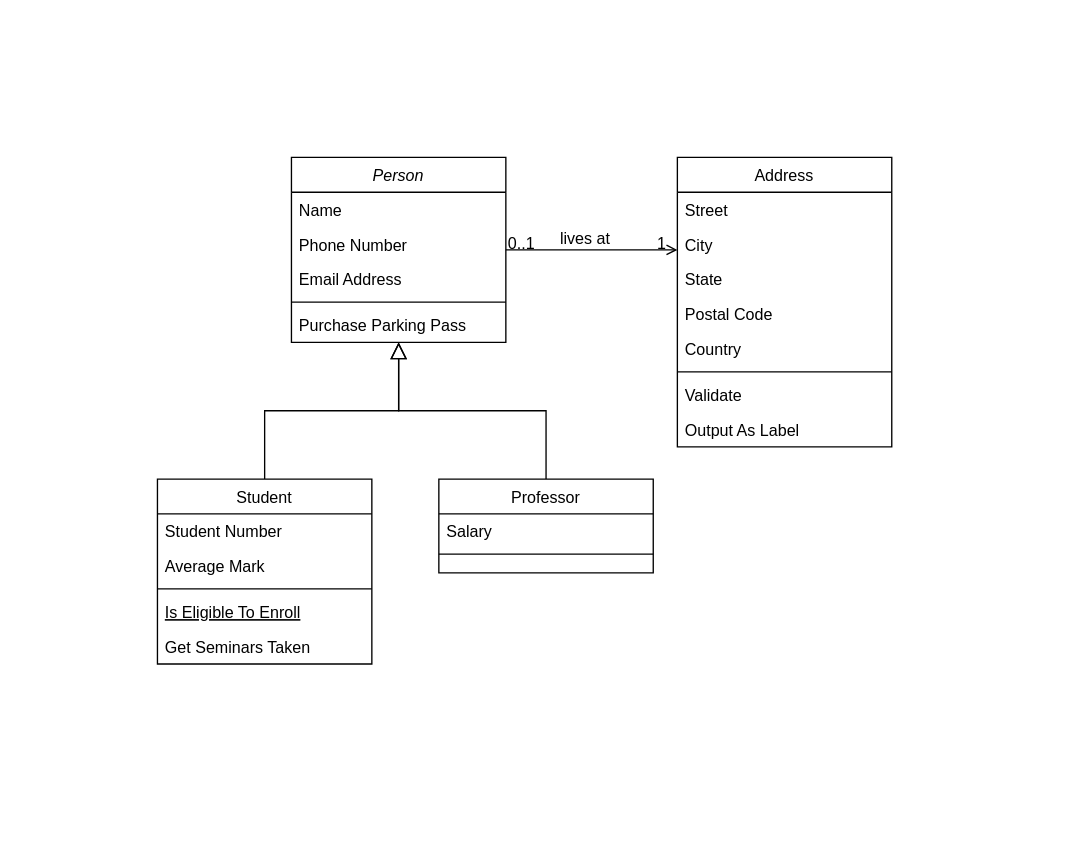
Above: Untitled Diagram.drawio in AndrewXXie/AndrewXXie (draw.io), before the change. Source tidied: cells renumbered, new cells numbered last; positions are measured from the earlier drawing's top-left corner, leaving out a move shared by most shapes. Both pictures are drawn from the tidied source at 134%, with x=0, y=0 at pixel (157, 157).
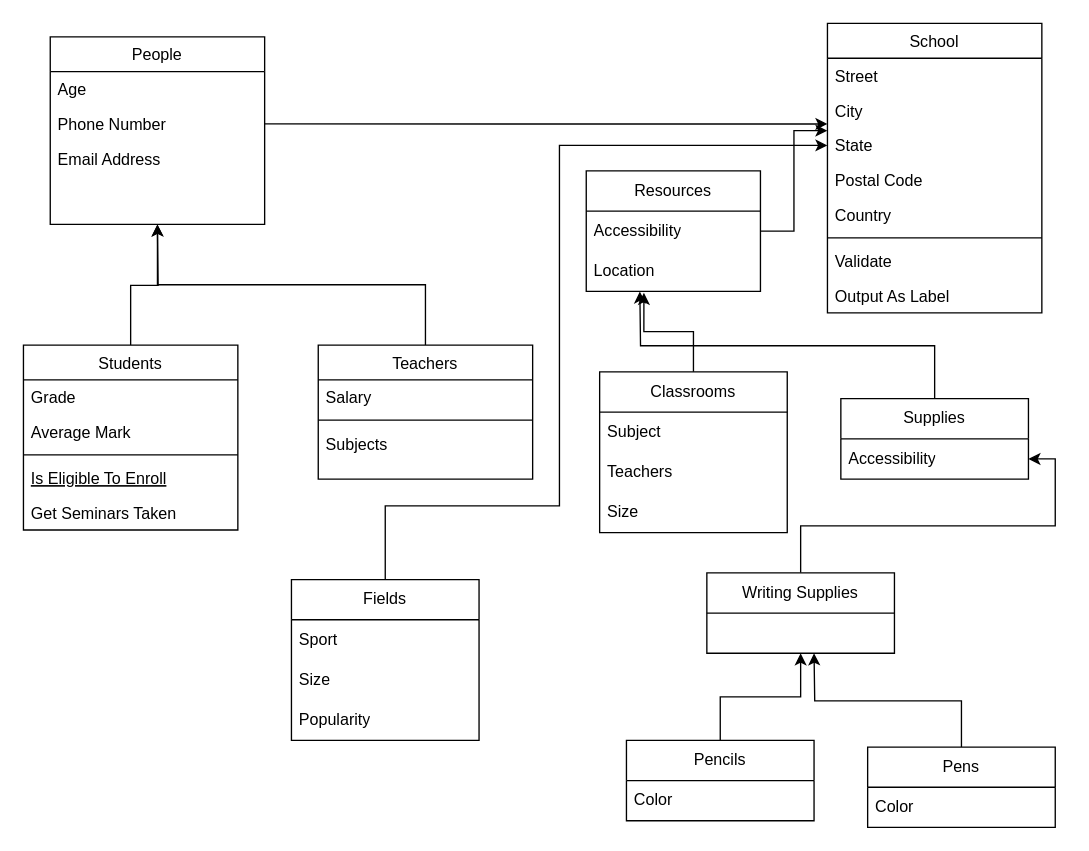
Above is the later version.

Commit message:
UML Diagram (school)

The change refers to these unchanged cells:
```xml
<mxCell id="4" value="Phone Number" style="text;align=left;verticalAlign=top;spacingLeft=4;spacingRight=4;overflow=hidden;points=[[0,0.5],[1,0.5]];portConstraint=eastwest;rounded=0;shadow=0;html=0;" parent="2" vertex="1">
  <mxGeometry y="52" width="160" height="26" as="geometry" />
</mxCell>
<mxCell id="21" value="City" style="text;align=left;verticalAlign=top;spacingLeft=4;spacingRight=4;overflow=hidden;points=[[0,0.5],[1,0.5]];portConstraint=eastwest;rounded=0;shadow=0;html=0;" parent="19" vertex="1">
  <mxGeometry y="52" width="160" height="26" as="geometry" />
</mxCell>
<mxCell id="22" value="State" style="text;align=left;verticalAlign=top;spacingLeft=4;spacingRight=4;overflow=hidden;points=[[0,0.5],[1,0.5]];portConstraint=eastwest;rounded=0;shadow=0;html=0;" parent="19" vertex="1">
  <mxGeometry y="78" width="160" height="26" as="geometry" />
</mxCell>
```

Diff of the diagram source:
```diff
@@
-    <mxCell id="2" value="Person" style="swimlane;fontStyle=2;align=center;verticalAlign=top;horizontal=1;startSize=26;rounded=0;shadow=0;strokeWidth=1;" parent="1" vertex="1">
-      <mxGeometry x="100" width="160" height="138" as="geometry" />
+    <mxCell id="2" value="People" style="swimlane;fontStyle=0;align=center;verticalAlign=top;horizontal=1;startSize=26;rounded=0;shadow=0;strokeWidth=1;" parent="1" vertex="1">
+      <mxGeometry x="-80" y="-90" width="160" height="140" as="geometry" />
     </mxCell>
-    <mxCell id="3" value="Name" style="text;align=left;verticalAlign=top;spacingLeft=4;spacingRight=4;overflow=hidden;" parent="2" vertex="1">
+    <mxCell id="3" value="Age" style="text;align=left;verticalAlign=top;spacingLeft=4;spacingRight=4;overflow=hidden;" parent="2" vertex="1">
       <mxGeometry y="26" width="160" height="26" as="geometry" />
     </mxCell>
@@
-    <mxCell id="6" style="line;html=1;strokeWidth=1;align=left;verticalAlign=middle;spacingTop=-1;spacingLeft=3;spacingRight=3;labelPosition=right;" parent="2" vertex="1">
-      <mxGeometry y="104" width="160" height="8" as="geometry" />
-    </mxCell>
-    <mxCell id="7" value="Purchase Parking Pass" style="text;align=left;verticalAlign=top;spacingLeft=4;spacingRight=4;overflow=hidden;" parent="2" vertex="1">
-      <mxGeometry y="112" width="160" height="26" as="geometry" />
-    </mxCell>
+    <mxCell id="32" style="edgeStyle=orthogonalEdgeStyle;rounded=0;jettySize=auto;html=1;exitX=0.5;exitY=0;exitDx=0;exitDy=0;" parent="1" edge="1" source="8">
+      <mxGeometry relative="1" as="geometry">
+        <mxPoint y="50" as="targetPoint" />
+      </mxGeometry>
+    </mxCell>
-    <mxCell id="8" value="Student" style="swimlane;fontStyle=0;align=center;verticalAlign=top;horizontal=1;startSize=26;rounded=0;shadow=0;strokeWidth=1;" parent="1" vertex="1">
-      <mxGeometry y="240" width="160" height="138" as="geometry" />
+    <mxCell id="8" value="Students" style="swimlane;fontStyle=0;align=center;verticalAlign=top;horizontal=1;startSize=26;rounded=0;shadow=0;strokeWidth=1;" parent="1" vertex="1">
+      <mxGeometry x="-100" y="140" width="160" height="138" as="geometry" />
     </mxCell>
-    <mxCell id="9" value="Student Number" style="text;align=left;verticalAlign=top;spacingLeft=4;spacingRight=4;overflow=hidden;" parent="8" vertex="1">
+    <mxCell id="9" value="Grade" style="text;align=left;verticalAlign=top;spacingLeft=4;spacingRight=4;overflow=hidden;" parent="8" vertex="1">
       <mxGeometry y="26" width="160" height="26" as="geometry" />
     </mxCell>
@@
-    <mxCell id="14" style="endArrow=block;endSize=10;endFill=0;shadow=0;strokeWidth=1;rounded=0;curved=0;edgeStyle=elbowEdgeStyle;elbow=vertical;" parent="1" edge="1" source="8" target="2">
-      <mxGeometry relative="1" as="geometry" />
-    </mxCell>
+    <mxCell id="18" style="edgeStyle=orthogonalEdgeStyle;rounded=0;jettySize=auto;html=1;exitX=0.5;exitY=0;exitDx=0;exitDy=0;entryX=0.5;entryY=1;entryDx=0;entryDy=0;" parent="1" edge="1" source="15" target="2">
+      <mxGeometry relative="1" as="geometry" />
+    </mxCell>
-    <mxCell id="15" value="Professor" style="swimlane;fontStyle=0;align=center;verticalAlign=top;horizontal=1;startSize=26;rounded=0;shadow=0;strokeWidth=1;" parent="1" vertex="1">
-      <mxGeometry x="210" y="240" width="160" height="70" as="geometry" />
+    <mxCell id="15" value="Teachers" style="swimlane;fontStyle=0;align=center;verticalAlign=top;horizontal=1;startSize=26;rounded=0;shadow=0;strokeWidth=1;" parent="1" vertex="1">
+      <mxGeometry x="120" y="140" width="160" height="100" as="geometry" />
     </mxCell>
@@
-    <mxCell id="18" style="endArrow=block;endSize=10;endFill=0;shadow=0;strokeWidth=1;rounded=0;curved=0;edgeStyle=elbowEdgeStyle;elbow=vertical;" parent="1" edge="1" source="15" target="2">
-      <mxGeometry relative="1" as="geometry" />
-    </mxCell>
+    <mxCell id="33" value="Subjects" style="text;strokeColor=none;fillColor=none;align=left;verticalAlign=middle;spacingLeft=4;spacingRight=4;overflow=hidden;whiteSpace=wrap;html=1;" parent="15" vertex="1">
+      <mxGeometry y="60" width="160" height="30" as="geometry" />
+    </mxCell>
-    <mxCell id="19" value="Address" style="swimlane;fontStyle=0;align=center;verticalAlign=top;horizontal=1;startSize=26;rounded=0;shadow=0;strokeWidth=1;" parent="1" vertex="1">
-      <mxGeometry x="388" width="160" height="216" as="geometry" />
+    <mxCell id="19" value="School" style="swimlane;fontStyle=0;align=center;verticalAlign=top;horizontal=1;startSize=26;rounded=0;shadow=0;strokeWidth=1;" parent="1" vertex="1">
+      <mxGeometry x="500" y="-100" width="160" height="216" as="geometry" />
     </mxCell>
@@
-    <mxCell id="28" style="endArrow=open;shadow=0;strokeWidth=1;rounded=0;curved=0;endFill=1;edgeStyle=elbowEdgeStyle;elbow=vertical;" parent="1" edge="1" source="2" target="19">
-      <mxGeometry x="0.5" y="41" relative="1" as="geometry">
-        <mxPoint x="-40" y="32" as="offset" />
-      </mxGeometry>
-    </mxCell>
-    <mxCell id="29" value="0..1" style="align=left;verticalAlign=bottom;labelBackgroundColor=none;fontSize=12;" parent="28" vertex="1">
-      <mxGeometry x="-1" relative="1" as="geometry">
-        <mxPoint y="4" as="offset" />
-      </mxGeometry>
-    </mxCell>
-    <mxCell id="30" value="1" style="align=right;verticalAlign=bottom;labelBackgroundColor=none;fontSize=12;" parent="28" vertex="1">
-      <mxGeometry x="1" relative="1" as="geometry">
-        <mxPoint x="-7" y="4" as="offset" />
-      </mxGeometry>
-    </mxCell>
-    <mxCell id="31" value="lives at" style="text;html=1;align=center;verticalAlign=middle;labelBackgroundColor=none;rounded=0;shadow=0;strokeWidth=1;fontSize=12;" parent="28" vertex="1">
-      <mxGeometry x="0.5" y="49" relative="1" as="geometry">
-        <mxPoint x="-38" y="40" as="offset" />
-      </mxGeometry>
-    </mxCell>
+    <mxCell id="34" style="edgeStyle=orthogonalEdgeStyle;rounded=0;jettySize=auto;html=1;exitX=1;exitY=0.5;exitDx=0;exitDy=0;entryX=0;entryY=0.885;entryDx=0;entryDy=0;entryPerimeter=0;" parent="1" edge="1" source="4" target="21">
+      <mxGeometry relative="1" as="geometry" />
+    </mxCell>
+    <mxCell id="35" value="Resources" style="swimlane;fontStyle=0;horizontal=1;startSize=30;whiteSpace=wrap;html=1;" parent="1" vertex="1">
+      <mxGeometry x="320" y="10" width="130" height="90" as="geometry" />
+    </mxCell>
+    <mxCell id="36" value="Accessibility" style="text;strokeColor=none;fillColor=none;align=left;verticalAlign=middle;spacingLeft=4;spacingRight=4;overflow=hidden;points=[[0,0.5],[1,0.5]];portConstraint=eastwest;whiteSpace=wrap;html=1;" parent="35" vertex="1">
+      <mxGeometry y="30" width="130" height="30" as="geometry" />
+    </mxCell>
+    <mxCell id="37" value="Location" style="text;strokeColor=none;fillColor=none;align=left;verticalAlign=middle;spacingLeft=4;spacingRight=4;overflow=hidden;points=[[0,0.5],[1,0.5]];portConstraint=eastwest;whiteSpace=wrap;html=1;" parent="35" vertex="1">
+      <mxGeometry y="60" width="130" height="30" as="geometry" />
+    </mxCell>
+    <mxCell id="38" style="edgeStyle=orthogonalEdgeStyle;rounded=0;jettySize=auto;html=1;exitX=1;exitY=0.5;exitDx=0;exitDy=0;entryX=0;entryY=0.077;entryDx=0;entryDy=0;entryPerimeter=0;" parent="1" edge="1" source="36" target="22">
+      <mxGeometry relative="1" as="geometry" />
+    </mxCell>
+    <mxCell id="39" value="Classrooms" style="swimlane;fontStyle=0;horizontal=1;startSize=30;whiteSpace=wrap;html=1;" parent="1" vertex="1">
+      <mxGeometry x="330" y="160" width="140" height="120" as="geometry" />
+    </mxCell>
+    <mxCell id="40" value="Subject" style="text;strokeColor=none;fillColor=none;align=left;verticalAlign=middle;spacingLeft=4;spacingRight=4;overflow=hidden;whiteSpace=wrap;html=1;" parent="39" vertex="1">
+      <mxGeometry y="30" width="140" height="30" as="geometry" />
+    </mxCell>
+    <mxCell id="41" value="Teachers" style="text;strokeColor=none;fillColor=none;align=left;verticalAlign=middle;spacingLeft=4;spacingRight=4;overflow=hidden;whiteSpace=wrap;html=1;" parent="39" vertex="1">
+      <mxGeometry y="60" width="140" height="30" as="geometry" />
+    </mxCell>
+    <mxCell id="42" value="Size" style="text;strokeColor=none;fillColor=none;align=left;verticalAlign=middle;spacingLeft=4;spacingRight=4;overflow=hidden;whiteSpace=wrap;html=1;" parent="39" vertex="1">
+      <mxGeometry y="90" width="140" height="30" as="geometry" />
+    </mxCell>
+    <mxCell id="43" style="edgeStyle=orthogonalEdgeStyle;rounded=0;jettySize=auto;html=1;exitX=0.5;exitY=0;exitDx=0;exitDy=0;entryX=0.331;entryY=1.033;entryDx=0;entryDy=0;entryPerimeter=0;" parent="1" edge="1" source="39" target="37">
+      <mxGeometry relative="1" as="geometry" />
+    </mxCell>
+    <mxCell id="44" style="edgeStyle=orthogonalEdgeStyle;rounded=0;jettySize=auto;html=1;exitX=0.5;exitY=0;exitDx=0;exitDy=0;" parent="1" edge="1" source="45">
+      <mxGeometry relative="1" as="geometry">
+        <mxPoint x="360" y="100" as="targetPoint" />
+      </mxGeometry>
+    </mxCell>
+    <mxCell id="45" value="Supplies" style="swimlane;fontStyle=0;horizontal=1;startSize=30;whiteSpace=wrap;html=1;" parent="1" vertex="1">
+      <mxGeometry x="510" y="180" width="140" height="60" as="geometry" />
+    </mxCell>
+    <mxCell id="46" value="Accessibility" style="text;strokeColor=none;fillColor=none;align=left;verticalAlign=middle;spacingLeft=4;spacingRight=4;overflow=hidden;points=[[0,0.5],[1,0.5]];portConstraint=eastwest;whiteSpace=wrap;html=1;" parent="45" vertex="1">
+      <mxGeometry y="30" width="140" height="30" as="geometry" />
+    </mxCell>
+    <mxCell id="47" style="edgeStyle=orthogonalEdgeStyle;rounded=0;jettySize=auto;html=1;exitX=0.5;exitY=0;exitDx=0;exitDy=0;entryX=1;entryY=0.5;entryDx=0;entryDy=0;" parent="1" edge="1" source="48" target="46">
+      <mxGeometry relative="1" as="geometry" />
+    </mxCell>
+    <mxCell id="48" value="Writing Supplies" style="swimlane;fontStyle=0;horizontal=1;startSize=30;whiteSpace=wrap;html=1;" parent="1" vertex="1">
+      <mxGeometry x="410" y="310" width="140" height="60" as="geometry" />
+    </mxCell>
+    <mxCell id="49" style="edgeStyle=orthogonalEdgeStyle;rounded=0;jettySize=auto;html=1;exitX=0.5;exitY=0;exitDx=0;exitDy=0;entryX=0.5;entryY=1;entryDx=0;entryDy=0;" parent="1" edge="1" source="50" target="48">
+      <mxGeometry relative="1" as="geometry" />
+    </mxCell>
+    <mxCell id="50" value="Pencils" style="swimlane;fontStyle=0;horizontal=1;startSize=30;whiteSpace=wrap;html=1;" parent="1" vertex="1">
+      <mxGeometry x="350" y="435" width="140" height="60" as="geometry" />
+    </mxCell>
+    <mxCell id="51" value="Color" style="text;strokeColor=none;fillColor=none;align=left;verticalAlign=middle;spacingLeft=4;spacingRight=4;overflow=hidden;whiteSpace=wrap;html=1;" parent="50" vertex="1">
+      <mxGeometry y="30" width="140" height="30" as="geometry" />
+    </mxCell>
+    <mxCell id="52" style="edgeStyle=orthogonalEdgeStyle;rounded=0;jettySize=auto;html=1;exitX=0.5;exitY=0;exitDx=0;exitDy=0;" parent="1" edge="1" source="53">
+      <mxGeometry relative="1" as="geometry">
+        <mxPoint x="490" y="370" as="targetPoint" />
+      </mxGeometry>
+    </mxCell>
+    <mxCell id="53" value="Pens" style="swimlane;fontStyle=0;horizontal=1;startSize=30;whiteSpace=wrap;html=1;" parent="1" vertex="1">
+      <mxGeometry x="530" y="440" width="140" height="60" as="geometry" />
+    </mxCell>
+    <mxCell id="54" value="Color" style="text;strokeColor=none;fillColor=none;align=left;verticalAlign=middle;spacingLeft=4;spacingRight=4;overflow=hidden;whiteSpace=wrap;html=1;" parent="53" vertex="1">
+      <mxGeometry y="30" width="140" height="30" as="geometry" />
+    </mxCell>
+    <mxCell id="55" style="edgeStyle=orthogonalEdgeStyle;rounded=0;jettySize=auto;html=1;exitX=0.5;exitY=0;exitDx=0;exitDy=0;entryX=0;entryY=0.5;entryDx=0;entryDy=0;" parent="1" edge="1" source="56" target="22">
+      <mxGeometry relative="1" as="geometry">
+        <Array as="points">
+          <mxPoint x="170" y="260" />
+          <mxPoint x="300" y="260" />
+          <mxPoint x="300" y="-9" />
+        </Array>
+      </mxGeometry>
+    </mxCell>
+    <mxCell id="56" value="Fields" style="swimlane;fontStyle=0;horizontal=1;startSize=30;whiteSpace=wrap;html=1;" parent="1" vertex="1">
+      <mxGeometry x="100" y="315" width="140" height="120" as="geometry" />
+    </mxCell>
+    <mxCell id="57" value="Sport" style="text;strokeColor=none;fillColor=none;align=left;verticalAlign=middle;spacingLeft=4;spacingRight=4;overflow=hidden;whiteSpace=wrap;html=1;" parent="56" vertex="1">
+      <mxGeometry y="30" width="140" height="30" as="geometry" />
+    </mxCell>
+    <mxCell id="58" value="Size" style="text;strokeColor=none;fillColor=none;align=left;verticalAlign=middle;spacingLeft=4;spacingRight=4;overflow=hidden;whiteSpace=wrap;html=1;" parent="56" vertex="1">
+      <mxGeometry y="60" width="140" height="30" as="geometry" />
+    </mxCell>
+    <mxCell id="59" value="Popularity" style="text;strokeColor=none;fillColor=none;align=left;verticalAlign=middle;spacingLeft=4;spacingRight=4;overflow=hidden;whiteSpace=wrap;html=1;" parent="56" vertex="1">
+      <mxGeometry y="90" width="140" height="30" as="geometry" />
+    </mxCell>
```
